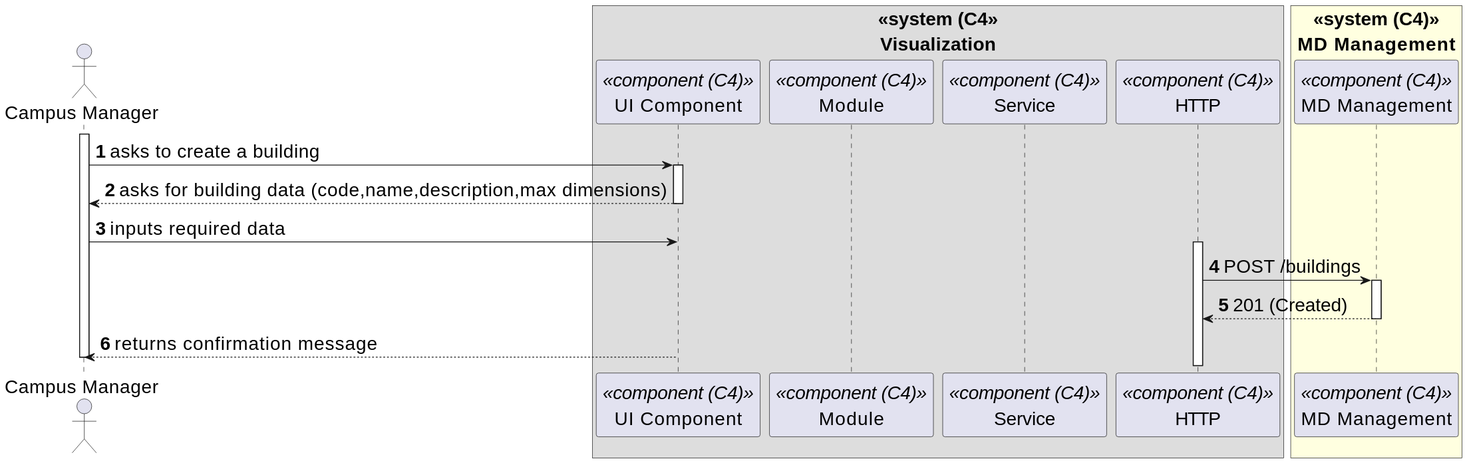
The PlantUML diagram _wiki/sprint-b/us24-1050/views/level-3/assets/process-view.svg in miseEnPlace-dev/lapr5, before a commit. Source of this version:
```plantuml
@startuml
skinparamlocked defaultFontSize 20
autonumber
skinparam DefaultTextAlignment<<center>> center

actor CM as "Campus Manager"
box "<<system (C4>>\nVisualization"<<center>>
  participant CMP as "UI Component" <<component (C4)>>
  participant MOD as "Module" <<component (C4)>>
  participant SRV as "Service" <<component (C4)>>
  participant HTTP as "HTTP" <<component (C4)>>
end box

box "<<system (C4)>>\nMD Management" <<center>>#LightYellow
  participant MDM as "MD Management" <<component (C4)>>
end box

activate CM

CM -> CMP : asks to create a building
activate CMP

CM <-- CMP : asks for building data (code,name,description,max dimensions)
deactivate CMP

CM -> CMP : inputs required data
activate HTTP

HTTP -> MDM : POST /buildings
activate MDM
MDM --> HTTP : 201 (Created)
deactivate MDM

CM <-- CMP : returns confirmation message
deactivate CMP


deactivate CM
@enduml
```
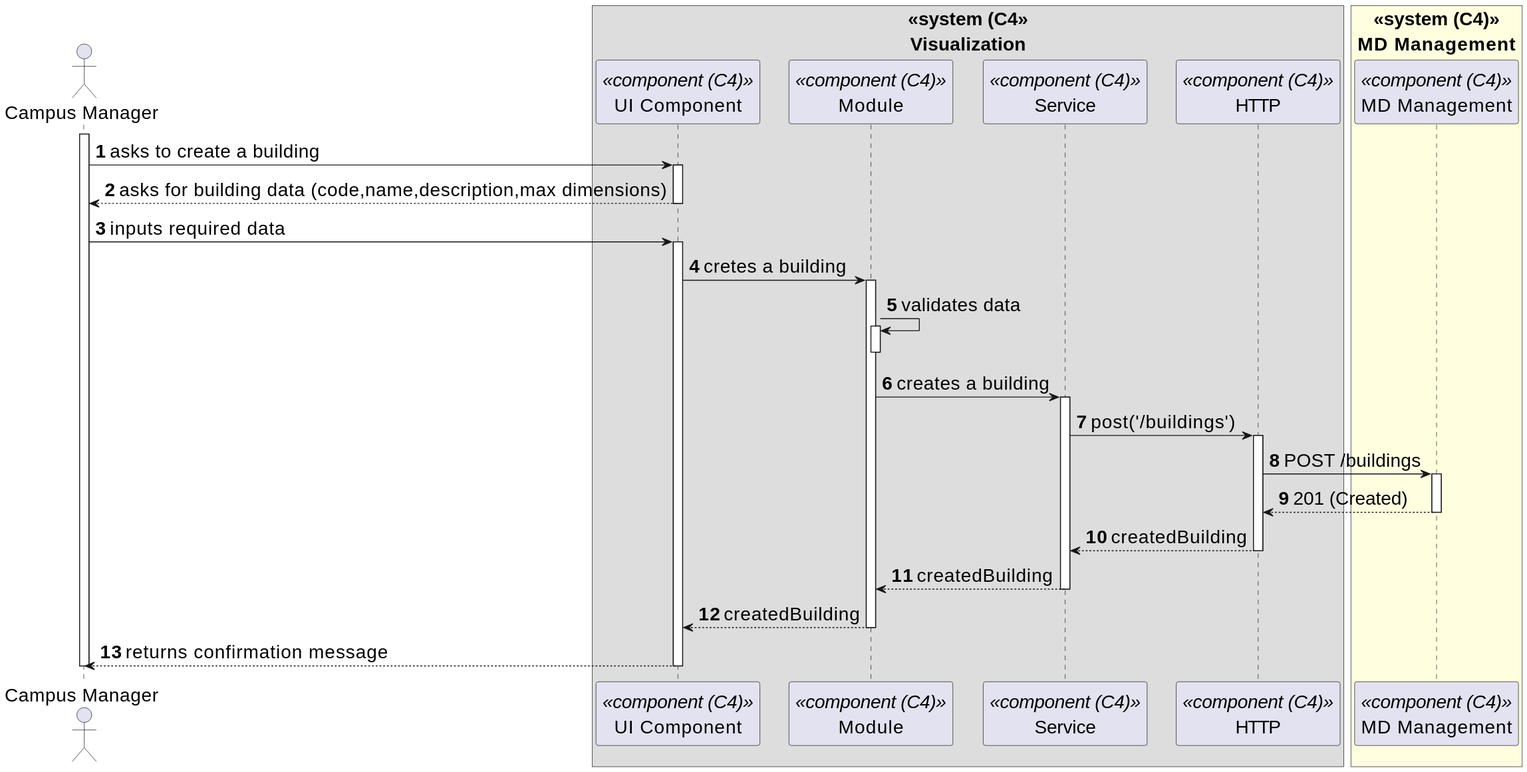
After the change.

Change to the diagram source:
```diff
@@ -24,6 +24,16 @@
 deactivate CMP
 
 CM -> CMP : inputs required data
+activate CMP
+CMP -> MOD : cretes a building
+activate MOD
+MOD -> MOD : validates data
+activate MOD
+deactivate MOD
+MOD -> SRV : creates a building
+activate SRV
+SRV -> HTTP : post('/buildings')
+
 activate HTTP
 
 HTTP -> MDM : POST /buildings
@@ -31,6 +41,14 @@
 MDM --> HTTP : 201 (Created)
 deactivate MDM
 
+HTTP --> SRV : createdBuilding
+deactivate HTTP
+
+SRV --> MOD : createdBuilding
+deactivate SRV
+MOD --> CMP : createdBuilding
+deactivate MOD
+
 CM <-- CMP : returns confirmation message
 deactivate CMP
 
```
